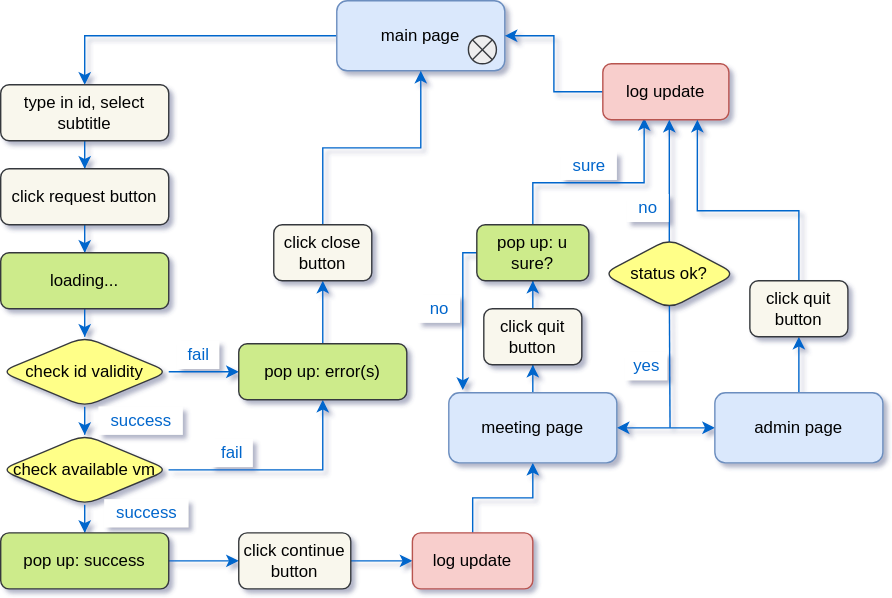
schneeboat/schneeboat.github.io keeps this draw.io diagram as stories/process-diagram-service-request/diag.drawio.svg. Above is the earlier version. Source tidied: cells renumbered, new cells last; positions are measured from the earlier drawing's top-left corner, leaving out a move shared by most shapes.
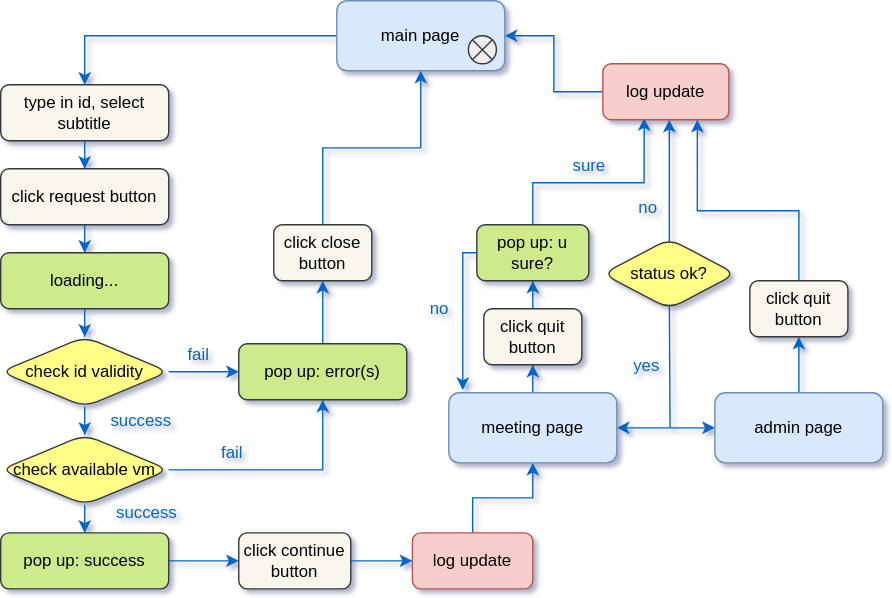
After the commit.

The edit, as a diff of the source:
```diff
@@ -50,10 +50,10 @@
     <mxCell id="17" value="pop up: success" style="whiteSpace=wrap;html=1;rounded=1;fillColor=#cdeb8b;strokeColor=#36393d;" parent="1" vertex="1">
       <mxGeometry y="380" width="120" height="40" as="geometry" />
     </mxCell>
-    <mxCell id="18" value="success" style="text;html=1;align=center;verticalAlign=middle;strokeColor=none;fillColor=#FFFFFF;fontColor=#0066CC;" parent="1" vertex="1">
+    <mxCell id="18" value="success" style="text;html=1;align=center;verticalAlign=middle;strokeColor=none;fillColor=none;fontColor=#0066CC;" parent="1" vertex="1">
       <mxGeometry x="70" y="290" width="60" height="20" as="geometry" />
     </mxCell>
-    <mxCell id="19" value="success" style="text;html=1;align=center;verticalAlign=middle;strokeColor=none;fillColor=#FFFFFF;fontColor=#0066CC;" parent="1" vertex="1">
+    <mxCell id="19" value="success" style="text;html=1;align=center;verticalAlign=middle;strokeColor=none;fillColor=none;fontColor=#0066CC;" parent="1" vertex="1">
       <mxGeometry x="74" y="356" width="60" height="20" as="geometry" />
     </mxCell>
     <mxCell id="20" style="edgeStyle=orthogonalEdgeStyle;rounded=0;jettySize=auto;html=1;strokeColor=#0066CC;" parent="1" edge="1" source="21" target="25">
@@ -62,10 +62,10 @@
     <mxCell id="21" value="pop up: error(s)" style="whiteSpace=wrap;html=1;rounded=1;fillColor=#cdeb8b;strokeColor=#36393d;" parent="1" vertex="1">
       <mxGeometry x="170" y="245" width="120" height="40" as="geometry" />
     </mxCell>
-    <mxCell id="22" value="fail" style="text;html=1;align=center;verticalAlign=middle;strokeColor=none;fillColor=#FFFFFF;fontColor=#0066CC;" parent="1" vertex="1">
+    <mxCell id="22" value="fail" style="text;html=1;align=center;verticalAlign=middle;strokeColor=none;fillColor=none;fontColor=#0066CC;" parent="1" vertex="1">
       <mxGeometry x="126" y="243" width="30" height="20" as="geometry" />
     </mxCell>
-    <mxCell id="23" value="fail" style="text;html=1;align=center;verticalAlign=middle;strokeColor=none;fillColor=#FFFFFF;fontColor=#0066CC;" parent="1" vertex="1">
+    <mxCell id="23" value="fail" style="text;html=1;align=center;verticalAlign=middle;strokeColor=none;fillColor=none;fontColor=#0066CC;" parent="1" vertex="1">
       <mxGeometry x="150" y="313" width="30" height="20" as="geometry" />
     </mxCell>
     <mxCell id="24" style="edgeStyle=orthogonalEdgeStyle;rounded=0;jettySize=auto;html=1;strokeColor=#0066CC;" parent="1" edge="1" source="25" target="3">
@@ -132,7 +132,7 @@
     <mxCell id="41" value="log update" style="whiteSpace=wrap;html=1;rounded=1;fillColor=#f8cecc;strokeColor=#b85450;" parent="1" vertex="1">
       <mxGeometry x="430" y="45" width="90" height="40" as="geometry" />
     </mxCell>
-    <mxCell id="42" value="sure" style="text;html=1;align=center;verticalAlign=middle;strokeColor=none;fillColor=#FFFFFF;fontColor=#0066CC;" parent="1" vertex="1">
+    <mxCell id="42" value="sure" style="text;html=1;align=center;verticalAlign=middle;strokeColor=none;fillColor=none;fontColor=#0066CC;" parent="1" vertex="1">
       <mxGeometry x="400" y="108" width="40" height="20" as="geometry" />
     </mxCell>
     <mxCell id="43" style="endArrow=none;html=1;rounded=0;entryX=0.5;entryY=1;entryDx=0;entryDy=0;strokeColor=#0066CC;" parent="1" edge="1">
@@ -152,10 +152,10 @@
     <mxCell id="45" value="status ok?" style="rhombus;whiteSpace=wrap;html=1;rounded=1;fillColor=#ffff88;strokeColor=#36393d;" parent="1" vertex="1">
       <mxGeometry x="430" y="170" width="95" height="50" as="geometry" />
     </mxCell>
-    <mxCell id="46" value="yes" style="text;html=1;align=center;verticalAlign=middle;strokeColor=none;fillColor=#FFFFFF;fontColor=#0066CC;" parent="1" vertex="1">
+    <mxCell id="46" value="yes" style="text;html=1;align=center;verticalAlign=middle;strokeColor=none;fillColor=none;fontColor=#0066CC;" parent="1" vertex="1">
       <mxGeometry x="446" y="251" width="30" height="20" as="geometry" />
     </mxCell>
-    <mxCell id="47" value="no" style="text;html=1;align=center;verticalAlign=middle;strokeColor=none;fillColor=#FFFFFF;fontColor=#0066CC;" parent="1" vertex="1">
+    <mxCell id="47" value="no" style="text;html=1;align=center;verticalAlign=middle;strokeColor=none;fillColor=none;fontColor=#0066CC;" parent="1" vertex="1">
       <mxGeometry x="447" y="138" width="30" height="20" as="geometry" />
     </mxCell>
     <mxCell id="48" style="edgeStyle=orthogonalEdgeStyle;rounded=0;jettySize=auto;html=1;startArrow=none;startFill=0;endArrow=classic;endFill=1;exitX=0.5;exitY=0;exitDx=0;exitDy=0;entryX=0.75;entryY=1;entryDx=0;entryDy=0;strokeColor=#0066CC;" parent="1" edge="1" source="49" target="41">
@@ -172,7 +172,7 @@
     <mxCell id="50" style="verticalLabelPosition=bottom;verticalAlign=top;html=1;shape=mxgraph.flowchart.or;fillColor=#eeeeee;strokeColor=#36393d;" parent="1" vertex="1">
       <mxGeometry x="334" y="25" width="20" height="20" as="geometry" />
     </mxCell>
-    <mxCell id="51" value="no" style="text;html=1;align=center;verticalAlign=middle;strokeColor=none;fillColor=#FFFFFF;fontColor=#0066CC;" parent="1" vertex="1">
+    <mxCell id="51" value="no" style="text;html=1;align=center;verticalAlign=middle;strokeColor=none;fillColor=none;fontColor=#0066CC;" parent="1" vertex="1">
       <mxGeometry x="298" y="210" width="30" height="20" as="geometry" />
     </mxCell>
   </root>
```
